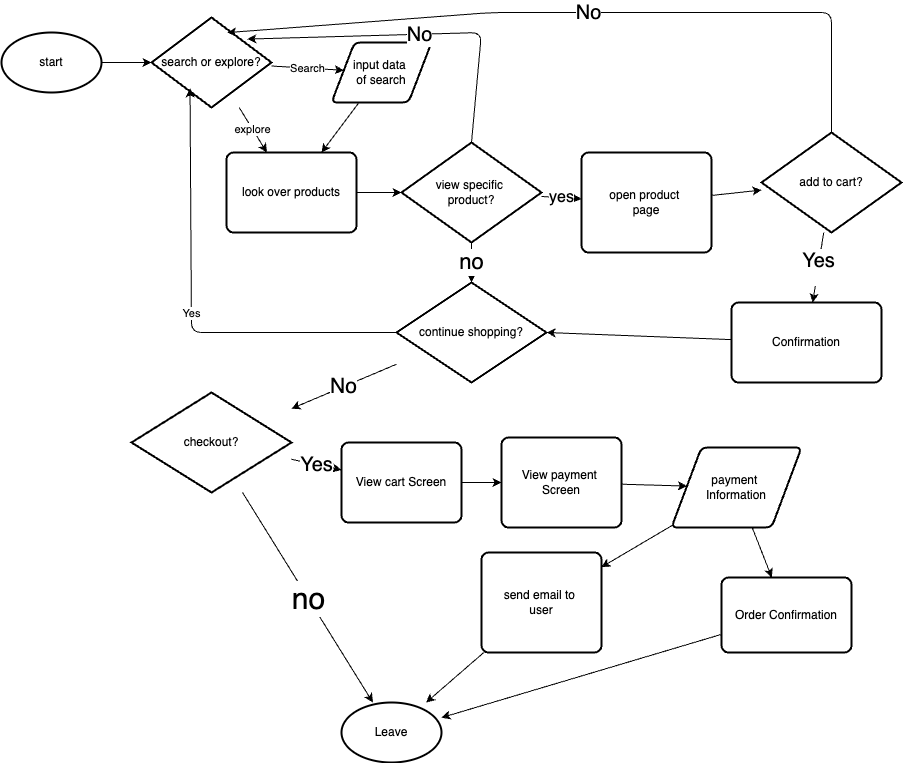
Above: expose/diagramming/diagram.drawio.png in kpchung0407/sp26-cse110-lab4 (draw.io), before the change. Source tidied: cells renumbered, new cells last; positions are measured from the earlier drawing's top-left corner, leaving out a move shared by most shapes. Its diagram source:
```xml
<mxGraphModel>
  <root>
    <mxCell id="0" />
    <mxCell id="1" parent="0" />
    <mxCell id="2" style="edgeStyle=none;html=1;" parent="1" edge="1" source="3" target="6">
      <mxGeometry relative="1" as="geometry" />
    </mxCell>
    <mxCell id="3" value="start" style="strokeWidth=2;html=1;shape=mxgraph.flowchart.start_1;whiteSpace=wrap;" parent="1" vertex="1">
      <mxGeometry y="20" width="100" height="60" as="geometry" />
    </mxCell>
    <mxCell id="4" value="explore" style="edgeStyle=none;html=1;" parent="1" edge="1" source="6" target="10">
      <mxGeometry relative="1" as="geometry" />
    </mxCell>
    <mxCell id="5" value="Search" style="edgeStyle=none;html=1;" parent="1" edge="1" source="6" target="8">
      <mxGeometry relative="1" as="geometry" />
    </mxCell>
    <mxCell id="6" value="search or explore?" style="strokeWidth=2;html=1;shape=mxgraph.flowchart.decision;whiteSpace=wrap;" parent="1" vertex="1">
      <mxGeometry x="150" y="5" width="120" height="90" as="geometry" />
    </mxCell>
    <mxCell id="7" style="edgeStyle=none;html=1;" parent="1" edge="1" source="8" target="10">
      <mxGeometry relative="1" as="geometry" />
    </mxCell>
    <mxCell id="8" value="input data&amp;nbsp;&lt;div&gt;of search&lt;/div&gt;" style="shape=parallelogram;html=1;strokeWidth=2;perimeter=parallelogramPerimeter;whiteSpace=wrap;rounded=1;arcSize=12;size=0.23;" parent="1" vertex="1">
      <mxGeometry x="330" y="30" width="100" height="60" as="geometry" />
    </mxCell>
    <mxCell id="9" style="edgeStyle=none;html=1;" parent="1" edge="1" source="10" target="14">
      <mxGeometry relative="1" as="geometry" />
    </mxCell>
    <mxCell id="10" value="look over products" style="rounded=1;whiteSpace=wrap;html=1;absoluteArcSize=1;arcSize=14;strokeWidth=2;" parent="1" vertex="1">
      <mxGeometry x="225" y="140" width="130" height="80" as="geometry" />
    </mxCell>
    <mxCell id="11" value="&lt;font style=&quot;font-size: 16px;&quot;&gt;yes&lt;/font&gt;" style="edgeStyle=none;html=1;" parent="1" edge="1" source="14" target="16">
      <mxGeometry relative="1" as="geometry" />
    </mxCell>
    <mxCell id="12" value="&lt;font style=&quot;font-size: 22px;&quot;&gt;no&lt;/font&gt;" style="edgeStyle=none;html=1;" parent="1" edge="1" source="14" target="22">
      <mxGeometry relative="1" as="geometry" />
    </mxCell>
    <mxCell id="13" value="&lt;font style=&quot;font-size: 20px;&quot;&gt;No&lt;/font&gt;" style="edgeStyle=none;html=1;exitX=0.5;exitY=0;exitDx=0;exitDy=0;exitPerimeter=0;entryX=0.798;entryY=0.24;entryDx=0;entryDy=0;entryPerimeter=0;" parent="1" edge="1" source="14" target="6">
      <mxGeometry relative="1" as="geometry">
        <Array as="points">
          <mxPoint x="480" y="20" />
        </Array>
      </mxGeometry>
    </mxCell>
    <mxCell id="14" value="view specific&amp;nbsp;&lt;div&gt;product?&lt;/div&gt;" style="strokeWidth=2;html=1;shape=mxgraph.flowchart.decision;whiteSpace=wrap;" parent="1" vertex="1">
      <mxGeometry x="400" y="130" width="140" height="100" as="geometry" />
    </mxCell>
    <mxCell id="15" style="edgeStyle=none;html=1;" parent="1" edge="1" source="16" target="19">
      <mxGeometry relative="1" as="geometry" />
    </mxCell>
    <mxCell id="16" value="open product&amp;nbsp;&lt;div&gt;page&lt;/div&gt;" style="rounded=1;whiteSpace=wrap;html=1;absoluteArcSize=1;arcSize=14;strokeWidth=2;" parent="1" vertex="1">
      <mxGeometry x="580" y="140" width="130" height="100" as="geometry" />
    </mxCell>
    <mxCell id="17" value="&lt;font style=&quot;font-size: 20px;&quot;&gt;Yes&lt;/font&gt;&lt;div&gt;&lt;br&gt;&lt;/div&gt;" style="edgeStyle=none;html=1;" parent="1" edge="1" source="19" target="28">
      <mxGeometry relative="1" as="geometry" />
    </mxCell>
    <mxCell id="18" value="&lt;div&gt;&lt;font style=&quot;font-size: 20px;&quot;&gt;No&lt;/font&gt;&lt;/div&gt;" style="edgeStyle=none;html=1;entryX=0.631;entryY=0.168;entryDx=0;entryDy=0;entryPerimeter=0;" parent="1" edge="1" source="19" target="6">
      <mxGeometry relative="1" as="geometry">
        <Array as="points">
          <mxPoint x="830" />
          <mxPoint x="490" />
        </Array>
      </mxGeometry>
    </mxCell>
    <mxCell id="19" value="add to cart?" style="strokeWidth=2;html=1;shape=mxgraph.flowchart.decision;whiteSpace=wrap;" parent="1" vertex="1">
      <mxGeometry x="760" y="120" width="140" height="100" as="geometry" />
    </mxCell>
    <mxCell id="20" value="&lt;font style=&quot;font-size: 21px;&quot;&gt;No&lt;/font&gt;" style="edgeStyle=none;html=1;" parent="1" edge="1" source="22" target="25">
      <mxGeometry relative="1" as="geometry" />
    </mxCell>
    <mxCell id="21" value="Yes" style="edgeStyle=none;html=1;entryX=0.321;entryY=0.787;entryDx=0;entryDy=0;entryPerimeter=0;" parent="1" edge="1" source="22" target="6">
      <mxGeometry relative="1" as="geometry">
        <Array as="points">
          <mxPoint x="190" y="320" />
        </Array>
      </mxGeometry>
    </mxCell>
    <mxCell id="22" value="continue shopping?" style="strokeWidth=2;html=1;shape=mxgraph.flowchart.decision;whiteSpace=wrap;" parent="1" vertex="1">
      <mxGeometry x="395" y="270" width="150" height="100" as="geometry" />
    </mxCell>
    <mxCell id="23" value="&lt;span style=&quot;font-size: 30px;&quot;&gt;no&lt;/span&gt;" style="edgeStyle=none;html=1;" parent="1" edge="1" source="25" target="26">
      <mxGeometry relative="1" as="geometry" />
    </mxCell>
    <mxCell id="24" value="&lt;font style=&quot;font-size: 20px;&quot;&gt;Yes&lt;/font&gt;" style="edgeStyle=none;html=1;" parent="1" edge="1" source="25" target="30">
      <mxGeometry relative="1" as="geometry" />
    </mxCell>
    <mxCell id="25" value="checkout?" style="strokeWidth=2;html=1;shape=mxgraph.flowchart.decision;whiteSpace=wrap;" parent="1" vertex="1">
      <mxGeometry x="130" y="380" width="160" height="100" as="geometry" />
    </mxCell>
    <mxCell id="26" value="Leave" style="strokeWidth=2;html=1;shape=mxgraph.flowchart.start_1;whiteSpace=wrap;" parent="1" vertex="1">
      <mxGeometry x="340" y="690" width="100" height="60" as="geometry" />
    </mxCell>
    <mxCell id="27" style="edgeStyle=none;html=1;entryX=1;entryY=0.5;entryDx=0;entryDy=0;entryPerimeter=0;" parent="1" edge="1" source="28" target="22">
      <mxGeometry relative="1" as="geometry" />
    </mxCell>
    <mxCell id="28" value="Confirmation" style="rounded=1;whiteSpace=wrap;html=1;absoluteArcSize=1;arcSize=14;strokeWidth=2;" parent="1" vertex="1">
      <mxGeometry x="730" y="290" width="150" height="80" as="geometry" />
    </mxCell>
    <mxCell id="29" style="edgeStyle=none;html=1;" parent="1" edge="1" source="30" target="32">
      <mxGeometry relative="1" as="geometry" />
    </mxCell>
    <mxCell id="30" value="View cart Screen" style="rounded=1;whiteSpace=wrap;html=1;absoluteArcSize=1;arcSize=14;strokeWidth=2;" parent="1" vertex="1">
      <mxGeometry x="340" y="430" width="120" height="80" as="geometry" />
    </mxCell>
    <mxCell id="31" style="edgeStyle=none;html=1;" parent="1" edge="1" source="32" target="35">
      <mxGeometry relative="1" as="geometry" />
    </mxCell>
    <mxCell id="32" value="View payment&amp;nbsp;&lt;div&gt;Screen&lt;/div&gt;" style="rounded=1;whiteSpace=wrap;html=1;absoluteArcSize=1;arcSize=14;strokeWidth=2;" parent="1" vertex="1">
      <mxGeometry x="500" y="425" width="120" height="90" as="geometry" />
    </mxCell>
    <mxCell id="33" style="edgeStyle=none;html=1;" parent="1" edge="1" source="35" target="37">
      <mxGeometry relative="1" as="geometry" />
    </mxCell>
    <mxCell id="34" style="edgeStyle=none;html=1;" parent="1" edge="1" source="35" target="39">
      <mxGeometry relative="1" as="geometry" />
    </mxCell>
    <mxCell id="35" value="payment&amp;nbsp;&lt;div&gt;Information&lt;/div&gt;" style="shape=parallelogram;html=1;strokeWidth=2;perimeter=parallelogramPerimeter;whiteSpace=wrap;rounded=1;arcSize=12;size=0.23;" parent="1" vertex="1">
      <mxGeometry x="670" y="435" width="130" height="80" as="geometry" />
    </mxCell>
    <mxCell id="36" style="edgeStyle=none;html=1;" parent="1" edge="1" source="37" target="26">
      <mxGeometry relative="1" as="geometry" />
    </mxCell>
    <mxCell id="37" value="Order Confirmation" style="rounded=1;whiteSpace=wrap;html=1;absoluteArcSize=1;arcSize=14;strokeWidth=2;" parent="1" vertex="1">
      <mxGeometry x="720" y="565" width="130" height="75" as="geometry" />
    </mxCell>
    <mxCell id="38" style="edgeStyle=none;html=1;" parent="1" edge="1" source="39" target="26">
      <mxGeometry relative="1" as="geometry" />
    </mxCell>
    <mxCell id="39" value="send email to&amp;nbsp;&lt;div&gt;user&lt;/div&gt;" style="rounded=1;whiteSpace=wrap;html=1;absoluteArcSize=1;arcSize=14;strokeWidth=2;" parent="1" vertex="1">
      <mxGeometry x="480" y="540" width="120" height="100" as="geometry" />
    </mxCell>
  </root>
</mxGraphModel>
```
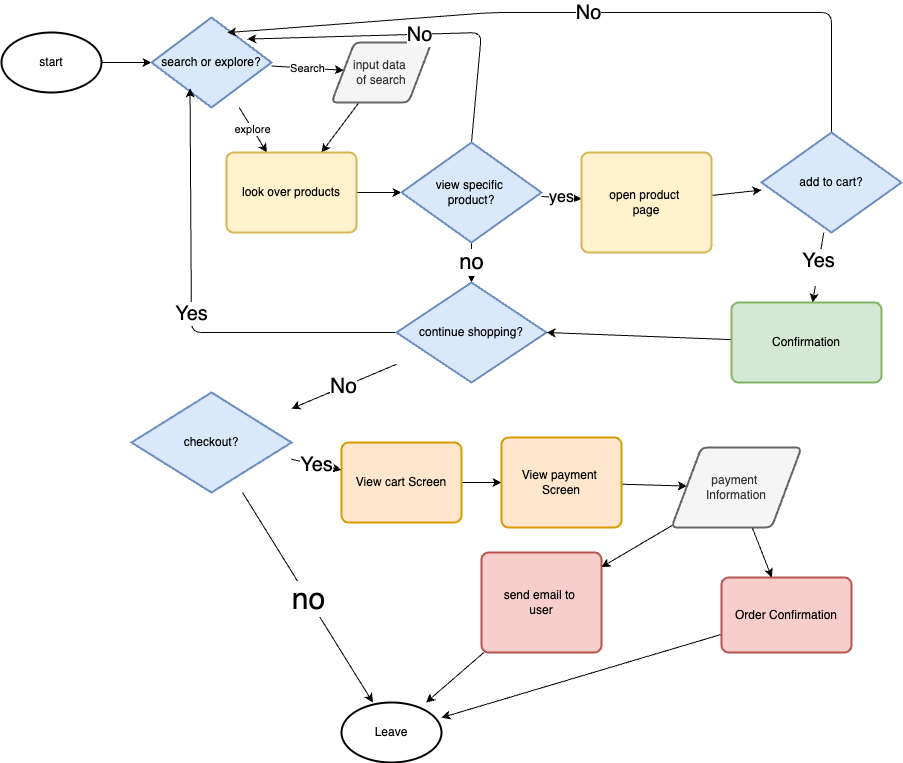
The same file after the commit.

Change to the diagram source:
```diff
@@ -14,19 +14,19 @@
     <mxCell id="5" value="Search" style="edgeStyle=none;html=1;" parent="1" edge="1" source="6" target="8">
       <mxGeometry relative="1" as="geometry" />
     </mxCell>
-    <mxCell id="6" value="search or explore?" style="strokeWidth=2;html=1;shape=mxgraph.flowchart.decision;whiteSpace=wrap;" parent="1" vertex="1">
+    <mxCell id="6" value="search or explore?" style="strokeWidth=2;html=1;shape=mxgraph.flowchart.decision;whiteSpace=wrap;fillColor=#dae8fc;strokeColor=#6c8ebf;" parent="1" vertex="1">
       <mxGeometry x="150" y="5" width="120" height="90" as="geometry" />
     </mxCell>
     <mxCell id="7" style="edgeStyle=none;html=1;" parent="1" edge="1" source="8" target="10">
       <mxGeometry relative="1" as="geometry" />
     </mxCell>
-    <mxCell id="8" value="input data&amp;nbsp;&lt;div&gt;of search&lt;/div&gt;" style="shape=parallelogram;html=1;strokeWidth=2;perimeter=parallelogramPerimeter;whiteSpace=wrap;rounded=1;arcSize=12;size=0.23;" parent="1" vertex="1">
+    <mxCell id="8" value="input data&amp;nbsp;&lt;div&gt;of search&lt;/div&gt;" style="shape=parallelogram;html=1;strokeWidth=2;perimeter=parallelogramPerimeter;whiteSpace=wrap;rounded=1;arcSize=12;size=0.23;fillColor=#f5f5f5;fontColor=#333333;strokeColor=#666666;" parent="1" vertex="1">
       <mxGeometry x="330" y="30" width="100" height="60" as="geometry" />
     </mxCell>
     <mxCell id="9" style="edgeStyle=none;html=1;" parent="1" edge="1" source="10" target="14">
       <mxGeometry relative="1" as="geometry" />
     </mxCell>
-    <mxCell id="10" value="look over products" style="rounded=1;whiteSpace=wrap;html=1;absoluteArcSize=1;arcSize=14;strokeWidth=2;" parent="1" vertex="1">
+    <mxCell id="10" value="look over products" style="rounded=1;whiteSpace=wrap;html=1;absoluteArcSize=1;arcSize=14;strokeWidth=2;fillColor=#fff2cc;strokeColor=#d6b656;" parent="1" vertex="1">
       <mxGeometry x="225" y="140" width="130" height="80" as="geometry" />
     </mxCell>
     <mxCell id="11" value="&lt;font style=&quot;font-size: 16px;&quot;&gt;yes&lt;/font&gt;" style="edgeStyle=none;html=1;" parent="1" edge="1" source="14" target="16">
@@ -42,13 +42,13 @@
         </Array>
       </mxGeometry>
     </mxCell>
-    <mxCell id="14" value="view specific&amp;nbsp;&lt;div&gt;product?&lt;/div&gt;" style="strokeWidth=2;html=1;shape=mxgraph.flowchart.decision;whiteSpace=wrap;" parent="1" vertex="1">
+    <mxCell id="14" value="view specific&amp;nbsp;&lt;div&gt;product?&lt;/div&gt;" style="strokeWidth=2;html=1;shape=mxgraph.flowchart.decision;whiteSpace=wrap;fillColor=#dae8fc;strokeColor=#6c8ebf;" parent="1" vertex="1">
       <mxGeometry x="400" y="130" width="140" height="100" as="geometry" />
     </mxCell>
     <mxCell id="15" style="edgeStyle=none;html=1;" parent="1" edge="1" source="16" target="19">
       <mxGeometry relative="1" as="geometry" />
     </mxCell>
-    <mxCell id="16" value="open product&amp;nbsp;&lt;div&gt;page&lt;/div&gt;" style="rounded=1;whiteSpace=wrap;html=1;absoluteArcSize=1;arcSize=14;strokeWidth=2;" parent="1" vertex="1">
+    <mxCell id="16" value="open product&amp;nbsp;&lt;div&gt;page&lt;/div&gt;" style="rounded=1;whiteSpace=wrap;html=1;absoluteArcSize=1;arcSize=14;strokeWidth=2;fillColor=#fff2cc;strokeColor=#d6b656;" parent="1" vertex="1">
       <mxGeometry x="580" y="140" width="130" height="100" as="geometry" />
     </mxCell>
     <mxCell id="17" value="&lt;font style=&quot;font-size: 20px;&quot;&gt;Yes&lt;/font&gt;&lt;div&gt;&lt;br&gt;&lt;/div&gt;" style="edgeStyle=none;html=1;" parent="1" edge="1" source="19" target="28">
@@ -62,20 +62,20 @@
         </Array>
       </mxGeometry>
     </mxCell>
-    <mxCell id="19" value="add to cart?" style="strokeWidth=2;html=1;shape=mxgraph.flowchart.decision;whiteSpace=wrap;" parent="1" vertex="1">
+    <mxCell id="19" value="add to cart?" style="strokeWidth=2;html=1;shape=mxgraph.flowchart.decision;whiteSpace=wrap;fillColor=#dae8fc;strokeColor=#6c8ebf;" parent="1" vertex="1">
       <mxGeometry x="760" y="120" width="140" height="100" as="geometry" />
     </mxCell>
     <mxCell id="20" value="&lt;font style=&quot;font-size: 21px;&quot;&gt;No&lt;/font&gt;" style="edgeStyle=none;html=1;" parent="1" edge="1" source="22" target="25">
       <mxGeometry relative="1" as="geometry" />
     </mxCell>
-    <mxCell id="21" value="Yes" style="edgeStyle=none;html=1;entryX=0.321;entryY=0.787;entryDx=0;entryDy=0;entryPerimeter=0;" parent="1" edge="1" source="22" target="6">
+    <mxCell id="21" value="&lt;font style=&quot;font-size: 20px;&quot;&gt;Yes&lt;/font&gt;" style="edgeStyle=none;html=1;entryX=0.321;entryY=0.787;entryDx=0;entryDy=0;entryPerimeter=0;" parent="1" edge="1" source="22" target="6">
       <mxGeometry relative="1" as="geometry">
         <Array as="points">
           <mxPoint x="190" y="320" />
         </Array>
       </mxGeometry>
     </mxCell>
-    <mxCell id="22" value="continue shopping?" style="strokeWidth=2;html=1;shape=mxgraph.flowchart.decision;whiteSpace=wrap;" parent="1" vertex="1">
+    <mxCell id="22" value="continue shopping?" style="strokeWidth=2;html=1;shape=mxgraph.flowchart.decision;whiteSpace=wrap;fillColor=#dae8fc;strokeColor=#6c8ebf;" parent="1" vertex="1">
       <mxGeometry x="395" y="270" width="150" height="100" as="geometry" />
     </mxCell>
     <mxCell id="23" value="&lt;span style=&quot;font-size: 30px;&quot;&gt;no&lt;/span&gt;" style="edgeStyle=none;html=1;" parent="1" edge="1" source="25" target="26">
@@ -84,7 +84,7 @@
     <mxCell id="24" value="&lt;font style=&quot;font-size: 20px;&quot;&gt;Yes&lt;/font&gt;" style="edgeStyle=none;html=1;" parent="1" edge="1" source="25" target="30">
       <mxGeometry relative="1" as="geometry" />
     </mxCell>
-    <mxCell id="25" value="checkout?" style="strokeWidth=2;html=1;shape=mxgraph.flowchart.decision;whiteSpace=wrap;" parent="1" vertex="1">
+    <mxCell id="25" value="checkout?" style="strokeWidth=2;html=1;shape=mxgraph.flowchart.decision;whiteSpace=wrap;fillColor=#dae8fc;strokeColor=#6c8ebf;" parent="1" vertex="1">
       <mxGeometry x="130" y="380" width="160" height="100" as="geometry" />
     </mxCell>
     <mxCell id="26" value="Leave" style="strokeWidth=2;html=1;shape=mxgraph.flowchart.start_1;whiteSpace=wrap;" parent="1" vertex="1">
@@ -93,19 +93,19 @@
     <mxCell id="27" style="edgeStyle=none;html=1;entryX=1;entryY=0.5;entryDx=0;entryDy=0;entryPerimeter=0;" parent="1" edge="1" source="28" target="22">
       <mxGeometry relative="1" as="geometry" />
     </mxCell>
-    <mxCell id="28" value="Confirmation" style="rounded=1;whiteSpace=wrap;html=1;absoluteArcSize=1;arcSize=14;strokeWidth=2;" parent="1" vertex="1">
+    <mxCell id="28" value="Confirmation" style="rounded=1;whiteSpace=wrap;html=1;absoluteArcSize=1;arcSize=14;strokeWidth=2;fillColor=#d5e8d4;strokeColor=#82b366;" parent="1" vertex="1">
       <mxGeometry x="730" y="290" width="150" height="80" as="geometry" />
     </mxCell>
     <mxCell id="29" style="edgeStyle=none;html=1;" parent="1" edge="1" source="30" target="32">
       <mxGeometry relative="1" as="geometry" />
     </mxCell>
-    <mxCell id="30" value="View cart Screen" style="rounded=1;whiteSpace=wrap;html=1;absoluteArcSize=1;arcSize=14;strokeWidth=2;" parent="1" vertex="1">
+    <mxCell id="30" value="View cart Screen" style="rounded=1;whiteSpace=wrap;html=1;absoluteArcSize=1;arcSize=14;strokeWidth=2;fillColor=#ffe6cc;strokeColor=#d79b00;" parent="1" vertex="1">
       <mxGeometry x="340" y="430" width="120" height="80" as="geometry" />
     </mxCell>
     <mxCell id="31" style="edgeStyle=none;html=1;" parent="1" edge="1" source="32" target="35">
       <mxGeometry relative="1" as="geometry" />
     </mxCell>
-    <mxCell id="32" value="View payment&amp;nbsp;&lt;div&gt;Screen&lt;/div&gt;" style="rounded=1;whiteSpace=wrap;html=1;absoluteArcSize=1;arcSize=14;strokeWidth=2;" parent="1" vertex="1">
+    <mxCell id="32" value="View payment&amp;nbsp;&lt;div&gt;Screen&lt;/div&gt;" style="rounded=1;whiteSpace=wrap;html=1;absoluteArcSize=1;arcSize=14;strokeWidth=2;fillColor=#ffe6cc;strokeColor=#d79b00;" parent="1" vertex="1">
       <mxGeometry x="500" y="425" width="120" height="90" as="geometry" />
     </mxCell>
     <mxCell id="33" style="edgeStyle=none;html=1;" parent="1" edge="1" source="35" target="37">
@@ -114,19 +114,19 @@
     <mxCell id="34" style="edgeStyle=none;html=1;" parent="1" edge="1" source="35" target="39">
       <mxGeometry relative="1" as="geometry" />
     </mxCell>
-    <mxCell id="35" value="payment&amp;nbsp;&lt;div&gt;Information&lt;/div&gt;" style="shape=parallelogram;html=1;strokeWidth=2;perimeter=parallelogramPerimeter;whiteSpace=wrap;rounded=1;arcSize=12;size=0.23;" parent="1" vertex="1">
+    <mxCell id="35" value="payment&amp;nbsp;&lt;div&gt;Information&lt;/div&gt;" style="shape=parallelogram;html=1;strokeWidth=2;perimeter=parallelogramPerimeter;whiteSpace=wrap;rounded=1;arcSize=12;size=0.23;fillColor=#f5f5f5;strokeColor=#666666;fontColor=#333333;" parent="1" vertex="1">
       <mxGeometry x="670" y="435" width="130" height="80" as="geometry" />
     </mxCell>
     <mxCell id="36" style="edgeStyle=none;html=1;" parent="1" edge="1" source="37" target="26">
       <mxGeometry relative="1" as="geometry" />
     </mxCell>
-    <mxCell id="37" value="Order Confirmation" style="rounded=1;whiteSpace=wrap;html=1;absoluteArcSize=1;arcSize=14;strokeWidth=2;" parent="1" vertex="1">
+    <mxCell id="37" value="Order Confirmation" style="rounded=1;whiteSpace=wrap;html=1;absoluteArcSize=1;arcSize=14;strokeWidth=2;fillColor=#f8cecc;strokeColor=#b85450;" parent="1" vertex="1">
       <mxGeometry x="720" y="565" width="130" height="75" as="geometry" />
     </mxCell>
     <mxCell id="38" style="edgeStyle=none;html=1;" parent="1" edge="1" source="39" target="26">
       <mxGeometry relative="1" as="geometry" />
     </mxCell>
-    <mxCell id="39" value="send email to&amp;nbsp;&lt;div&gt;user&lt;/div&gt;" style="rounded=1;whiteSpace=wrap;html=1;absoluteArcSize=1;arcSize=14;strokeWidth=2;" parent="1" vertex="1">
+    <mxCell id="39" value="send email to&amp;nbsp;&lt;div&gt;user&lt;/div&gt;" style="rounded=1;whiteSpace=wrap;html=1;absoluteArcSize=1;arcSize=14;strokeWidth=2;fillColor=#f8cecc;strokeColor=#b85450;" parent="1" vertex="1">
       <mxGeometry x="480" y="540" width="120" height="100" as="geometry" />
     </mxCell>
   </root>
```
